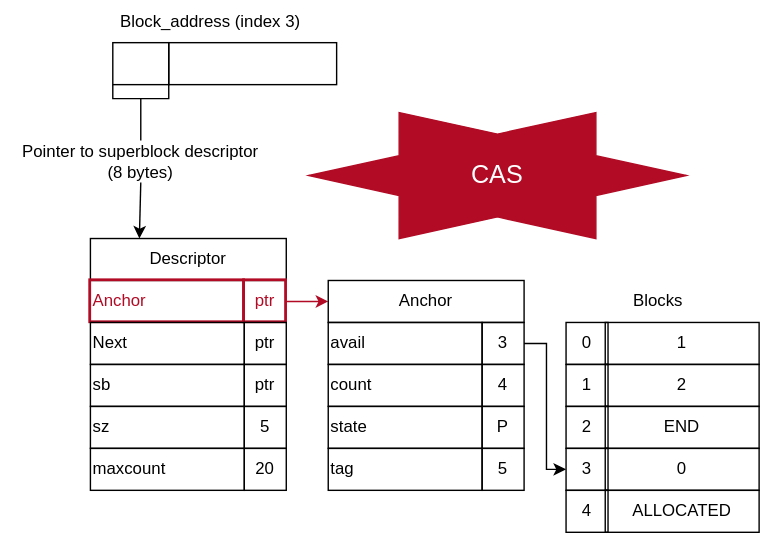
Above: img/free/free-CAS_Anchor.drawio.svg in ConcLab/Docs (draw.io), before the change. Source tidied: cells renumbered, new cells last; positions are measured from the earlier drawing's top-left corner, leaving out a move shared by most shapes. Its diagram source:
```xml
<mxGraphModel>
  <root>
    <mxCell id="0" />
    <mxCell id="1" parent="0" />
    <mxCell id="2" style="rounded=0;whiteSpace=wrap;html=1;fillColor=none;strokeColor=light-dark(#000000,#FFFFFF);" parent="1" vertex="1">
      <mxGeometry x="80" y="30" width="40" height="30" as="geometry" />
    </mxCell>
    <mxCell id="3" style="rounded=0;whiteSpace=wrap;html=1;fillColor=none;" parent="1" vertex="1">
      <mxGeometry x="120" y="30" width="120" height="30" as="geometry" />
    </mxCell>
    <mxCell id="4" style="endArrow=none;html=1;rounded=0;defaultLabelBackgroundColor=page;labelPadding=0 4;entryX=0;entryY=1;entryDx=0;entryDy=0;exitX=0;exitY=1;exitDx=0;exitDy=0;" parent="1" edge="1" source="3" target="2">
      <mxGeometry x="0.27" relative="1" as="geometry">
        <Array as="points">
          <mxPoint x="120" y="70" />
          <mxPoint x="100" y="70" />
          <mxPoint x="80" y="70" />
        </Array>
      </mxGeometry>
    </mxCell>
    <mxCell id="5" style="endArrow=none;html=1;rounded=0;defaultLabelBackgroundColor=page;labelPadding=0 4;" parent="1" edge="1" source="41">
      <mxGeometry relative="1" as="geometry">
        <mxPoint x="100" y="70" as="targetPoint" />
      </mxGeometry>
    </mxCell>
    <mxCell id="6" value="Descriptor" style="rounded=0;whiteSpace=wrap;html=1;fillColor=none;" parent="1" vertex="1">
      <mxGeometry x="64" y="170" width="140" height="30" as="geometry" />
    </mxCell>
    <mxCell id="7" value="Anchor" style="rounded=0;whiteSpace=wrap;html=1;align=left;fontColor=light-dark(#B10B25,#B10B25);strokeWidth=2;strokeColor=light-dark(#B10B25,#B10B25);fillColor=none;" parent="1" vertex="1">
      <mxGeometry x="64" y="200" width="110" height="30" as="geometry" />
    </mxCell>
    <mxCell id="8" value="ptr" style="rounded=0;whiteSpace=wrap;html=1;fontColor=light-dark(#B10B25,#B10B25);strokeWidth=2;strokeColor=light-dark(#B10B25,#B10B25);fillColor=none;" parent="1" vertex="1">
      <mxGeometry x="174" y="200" width="30" height="30" as="geometry" />
    </mxCell>
    <mxCell id="9" value="Next" style="rounded=0;whiteSpace=wrap;html=1;align=left;fillColor=none;" parent="1" vertex="1">
      <mxGeometry x="64" y="230" width="110" height="30" as="geometry" />
    </mxCell>
    <mxCell id="10" value="ptr" style="rounded=0;whiteSpace=wrap;html=1;fillColor=none;" parent="1" vertex="1">
      <mxGeometry x="174" y="230" width="30" height="30" as="geometry" />
    </mxCell>
    <mxCell id="11" value="sb" style="rounded=0;whiteSpace=wrap;html=1;align=left;fillColor=none;" parent="1" vertex="1">
      <mxGeometry x="64" y="260" width="110" height="30" as="geometry" />
    </mxCell>
    <mxCell id="12" value="ptr" style="rounded=0;whiteSpace=wrap;html=1;fillColor=none;" parent="1" vertex="1">
      <mxGeometry x="174" y="260" width="30" height="30" as="geometry" />
    </mxCell>
    <mxCell id="13" value="sz" style="rounded=0;whiteSpace=wrap;html=1;align=left;fillColor=none;" parent="1" vertex="1">
      <mxGeometry x="64" y="290" width="110" height="30" as="geometry" />
    </mxCell>
    <mxCell id="14" value="5" style="rounded=0;whiteSpace=wrap;html=1;fillColor=none;" parent="1" vertex="1">
      <mxGeometry x="174" y="290" width="30" height="30" as="geometry" />
    </mxCell>
    <mxCell id="15" value="maxcount" style="rounded=0;whiteSpace=wrap;html=1;align=left;fillColor=none;" parent="1" vertex="1">
      <mxGeometry x="64" y="320" width="110" height="30" as="geometry" />
    </mxCell>
    <mxCell id="16" value="20" style="rounded=0;whiteSpace=wrap;html=1;fillColor=none;" parent="1" vertex="1">
      <mxGeometry x="174" y="320" width="30" height="30" as="geometry" />
    </mxCell>
    <mxCell id="17" style="endArrow=classic;html=1;rounded=0;defaultLabelBackgroundColor=page;labelPadding=0 4;exitX=1;exitY=0.5;exitDx=0;exitDy=0;entryX=0;entryY=0.5;entryDx=0;entryDy=0;strokeColor=light-dark(#B10B25,#B10B25);fontColor=light-dark(#B10B25,#B10B25);" parent="1" edge="1" source="8" target="18">
      <mxGeometry relative="1" as="geometry" />
    </mxCell>
    <mxCell id="18" value="Anchor" style="rounded=0;whiteSpace=wrap;html=1;fillColor=none;" parent="1" vertex="1">
      <mxGeometry x="234" y="200" width="140" height="30" as="geometry" />
    </mxCell>
    <mxCell id="19" value="avail" style="rounded=0;whiteSpace=wrap;html=1;align=left;fillColor=none;" parent="1" vertex="1">
      <mxGeometry x="234" y="230" width="110" height="30" as="geometry" />
    </mxCell>
    <mxCell id="20" value="3" style="rounded=0;whiteSpace=wrap;html=1;fontColor=light-dark(#000000,#FFFFFF);strokeColor=light-dark(#000000,#FFFFFF);fillColor=none;" parent="1" vertex="1">
      <mxGeometry x="344" y="230" width="30" height="30" as="geometry" />
    </mxCell>
    <mxCell id="21" value="1" style="rounded=0;whiteSpace=wrap;html=1;align=center;fillColor=none;" parent="1" vertex="1">
      <mxGeometry x="432" y="230" width="110" height="30" as="geometry" />
    </mxCell>
    <mxCell id="22" value="0" style="rounded=0;whiteSpace=wrap;html=1;fillColor=none;" parent="1" vertex="1">
      <mxGeometry x="404" y="230" width="30" height="30" as="geometry" />
    </mxCell>
    <mxCell id="23" value="Blocks" style="text;html=1;whiteSpace=wrap;strokeColor=none;fillColor=none;align=center;verticalAlign=middle;rounded=0;" parent="1" vertex="1">
      <mxGeometry x="440" y="200" width="60" height="30" as="geometry" />
    </mxCell>
    <mxCell id="24" value="2" style="rounded=0;whiteSpace=wrap;html=1;align=center;fillColor=none;" parent="1" vertex="1">
      <mxGeometry x="432" y="260" width="110" height="30" as="geometry" />
    </mxCell>
    <mxCell id="25" value="1" style="rounded=0;whiteSpace=wrap;html=1;fillColor=none;" parent="1" vertex="1">
      <mxGeometry x="404" y="260" width="30" height="30" as="geometry" />
    </mxCell>
    <mxCell id="26" value="END" style="rounded=0;whiteSpace=wrap;html=1;align=center;fillColor=none;" parent="1" vertex="1">
      <mxGeometry x="432" y="290" width="110" height="30" as="geometry" />
    </mxCell>
    <mxCell id="27" value="2" style="rounded=0;whiteSpace=wrap;html=1;fillColor=none;" parent="1" vertex="1">
      <mxGeometry x="404" y="290" width="30" height="30" as="geometry" />
    </mxCell>
    <mxCell id="28" value="0" style="rounded=0;whiteSpace=wrap;html=1;align=center;fontColor=light-dark(#000000,#FFFFFF);strokeColor=light-dark(#000000,#FFFFFF);strokeWidth=1;fillColor=none;" parent="1" vertex="1">
      <mxGeometry x="432" y="320" width="110" height="30" as="geometry" />
    </mxCell>
    <mxCell id="29" value="3" style="rounded=0;whiteSpace=wrap;html=1;fillColor=none;" parent="1" vertex="1">
      <mxGeometry x="404" y="320" width="30" height="30" as="geometry" />
    </mxCell>
    <mxCell id="30" value="ALLOCATED" style="rounded=0;whiteSpace=wrap;html=1;align=center;fillColor=none;" parent="1" vertex="1">
      <mxGeometry x="432" y="350" width="110" height="30" as="geometry" />
    </mxCell>
    <mxCell id="31" value="4" style="rounded=0;whiteSpace=wrap;html=1;fillColor=none;" parent="1" vertex="1">
      <mxGeometry x="404" y="350" width="30" height="30" as="geometry" />
    </mxCell>
    <mxCell id="32" style="endArrow=classic;html=1;rounded=0;defaultLabelBackgroundColor=page;labelPadding=0 4;exitX=1;exitY=0.5;exitDx=0;exitDy=0;entryX=0;entryY=0.5;entryDx=0;entryDy=0;fontColor=light-dark(#000000,#B10B25);strokeColor=light-dark(#000000,#FFFFFF);" parent="1" edge="1" source="20" target="29">
      <mxGeometry relative="1" as="geometry">
        <Array as="points">
          <mxPoint x="390" y="245" />
          <mxPoint x="390" y="335" />
        </Array>
      </mxGeometry>
    </mxCell>
    <mxCell id="33" value="count" style="rounded=0;whiteSpace=wrap;html=1;align=left;fillColor=none;" parent="1" vertex="1">
      <mxGeometry x="234" y="260" width="110" height="30" as="geometry" />
    </mxCell>
    <mxCell id="34" value="4" style="rounded=0;whiteSpace=wrap;html=1;strokeColor=light-dark(#000000,#FFFFFF);fontColor=light-dark(#000000,#FFFFFF);strokeWidth=1;fillColor=none;" parent="1" vertex="1">
      <mxGeometry x="344" y="260" width="30" height="30" as="geometry" />
    </mxCell>
    <mxCell id="35" value="state" style="rounded=0;whiteSpace=wrap;html=1;align=left;fillColor=none;" parent="1" vertex="1">
      <mxGeometry x="234" y="290" width="110" height="30" as="geometry" />
    </mxCell>
    <mxCell id="36" value="P" style="rounded=0;whiteSpace=wrap;html=1;fontColor=light-dark(#000000,#FFFFFF);strokeColor=light-dark(#000000,#FFFFFF);fillColor=none;" parent="1" vertex="1">
      <mxGeometry x="344" y="290" width="30" height="30" as="geometry" />
    </mxCell>
    <mxCell id="37" value="tag" style="rounded=0;whiteSpace=wrap;html=1;align=left;fillColor=none;" parent="1" vertex="1">
      <mxGeometry x="234" y="320" width="110" height="30" as="geometry" />
    </mxCell>
    <mxCell id="38" value="5" style="rounded=0;whiteSpace=wrap;html=1;fillColor=none;" parent="1" vertex="1">
      <mxGeometry x="344" y="320" width="30" height="30" as="geometry" />
    </mxCell>
    <mxCell id="39" style="endArrow=classic;html=1;rounded=0;defaultLabelBackgroundColor=page;labelPadding=0 4;exitX=0.5;exitY=1;exitDx=0;exitDy=0;entryX=0.25;entryY=0;entryDx=0;entryDy=0;" parent="1" edge="1" source="41" target="6">
      <mxGeometry relative="1" as="geometry" />
    </mxCell>
    <mxCell id="40" style="endArrow=none;html=1;rounded=0;defaultLabelBackgroundColor=page;labelPadding=0 4;" parent="1" edge="1" target="41">
      <mxGeometry relative="1" as="geometry">
        <mxPoint x="100" y="100" as="sourcePoint" />
      </mxGeometry>
    </mxCell>
    <mxCell id="41" value="&lt;div&gt;Pointer to superblock descriptor&lt;/div&gt;(8 bytes)" style="text;html=1;whiteSpace=wrap;strokeColor=none;fillColor=none;align=center;verticalAlign=middle;rounded=0;fontColor=light-dark(#000000,#FFFFFF);" parent="1" vertex="1">
      <mxGeometry y="100" width="200" height="30" as="geometry" />
    </mxCell>
    <mxCell id="42" value="&lt;div&gt;Block_address (index 3)&lt;/div&gt;" style="text;html=1;whiteSpace=wrap;strokeColor=none;fillColor=none;align=center;verticalAlign=middle;rounded=0;" parent="1" vertex="1">
      <mxGeometry x="80" width="140" height="30" as="geometry" />
    </mxCell>
    <mxCell id="43" style="verticalLabelPosition=bottom;verticalAlign=top;html=1;shape=mxgraph.basic.6_point_star;labelPerimeter=1;fontColor=light-dark(#000000,#B10B25);strokeColor=light-dark(#B10B25,#B10B25);fillColor=light-dark(#B10B25,#B10B25);" parent="1" vertex="1">
      <mxGeometry x="220" y="80" width="270" height="90" as="geometry" />
    </mxCell>
    <mxCell id="44" value="&lt;font style=&quot;font-size: 18px;&quot;&gt;CAS&lt;/font&gt;" style="text;html=1;whiteSpace=wrap;strokeColor=none;fillColor=none;align=center;verticalAlign=middle;rounded=0;fontColor=light-dark(#FFFFFF,#FFFFFF);" parent="1" vertex="1">
      <mxGeometry x="325" y="110" width="60" height="30" as="geometry" />
    </mxCell>
  </root>
</mxGraphModel>
```
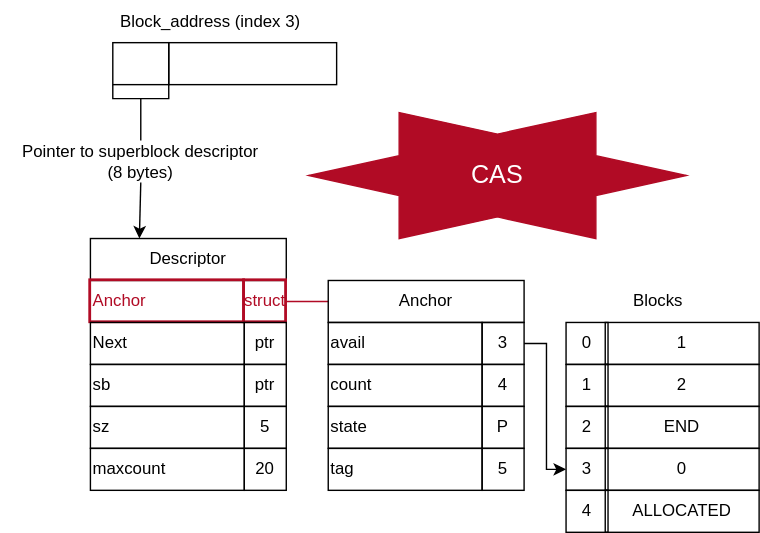
The same file after the commit.

Diff of the diagram source:
```diff
@@ -28,7 +28,7 @@
     <mxCell id="7" value="Anchor" style="rounded=0;whiteSpace=wrap;html=1;align=left;fontColor=light-dark(#B10B25,#B10B25);strokeWidth=2;strokeColor=light-dark(#B10B25,#B10B25);fillColor=none;" parent="1" vertex="1">
       <mxGeometry x="64" y="200" width="110" height="30" as="geometry" />
     </mxCell>
-    <mxCell id="8" value="ptr" style="rounded=0;whiteSpace=wrap;html=1;fontColor=light-dark(#B10B25,#B10B25);strokeWidth=2;strokeColor=light-dark(#B10B25,#B10B25);fillColor=none;" parent="1" vertex="1">
+    <mxCell id="8" value="struct" style="rounded=0;whiteSpace=wrap;html=1;fontColor=light-dark(#B10B25,#B10B25);strokeWidth=2;strokeColor=light-dark(#B10B25,#B10B25);fillColor=none;" parent="1" vertex="1">
       <mxGeometry x="174" y="200" width="30" height="30" as="geometry" />
     </mxCell>
     <mxCell id="9" value="Next" style="rounded=0;whiteSpace=wrap;html=1;align=left;fillColor=none;" parent="1" vertex="1">
@@ -55,7 +55,7 @@
     <mxCell id="16" value="20" style="rounded=0;whiteSpace=wrap;html=1;fillColor=none;" parent="1" vertex="1">
       <mxGeometry x="174" y="320" width="30" height="30" as="geometry" />
     </mxCell>
-    <mxCell id="17" style="endArrow=classic;html=1;rounded=0;defaultLabelBackgroundColor=page;labelPadding=0 4;exitX=1;exitY=0.5;exitDx=0;exitDy=0;entryX=0;entryY=0.5;entryDx=0;entryDy=0;strokeColor=light-dark(#B10B25,#B10B25);fontColor=light-dark(#B10B25,#B10B25);" parent="1" edge="1" source="8" target="18">
+    <mxCell id="17" style="endArrow=none;html=1;rounded=0;defaultLabelBackgroundColor=page;labelPadding=0 4;exitX=1;exitY=0.5;exitDx=0;exitDy=0;entryX=0;entryY=0.5;entryDx=0;entryDy=0;strokeColor=light-dark(#B10B25,#B10B25);fontColor=light-dark(#B10B25,#B10B25);endFill=0;" parent="1" edge="1" source="8" target="18">
       <mxGeometry relative="1" as="geometry" />
     </mxCell>
     <mxCell id="18" value="Anchor" style="rounded=0;whiteSpace=wrap;html=1;fillColor=none;" parent="1" vertex="1">
```
